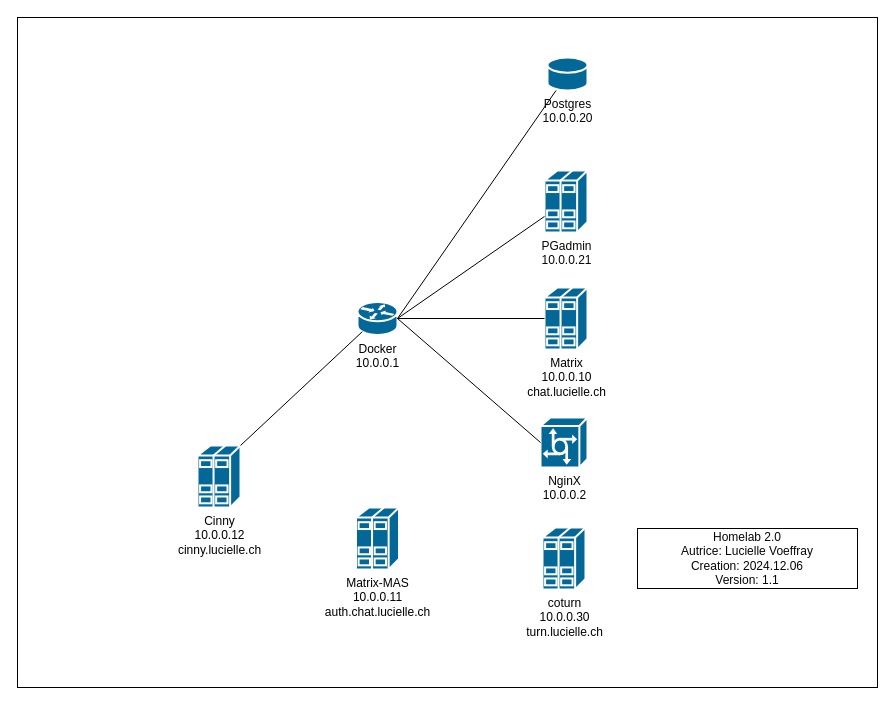
The draw.io diagram documentation/network.drawio in Lucielle-Voeffray/postgres-docker, before the edit. Source tidied: cells renumbered, new cells numbered last; positions are measured from the earlier drawing's top-left corner, leaving out a move shared by most shapes. Both pictures are drawn from the tidied source at 100%, with x=0, y=0 at pixel (17, 17).
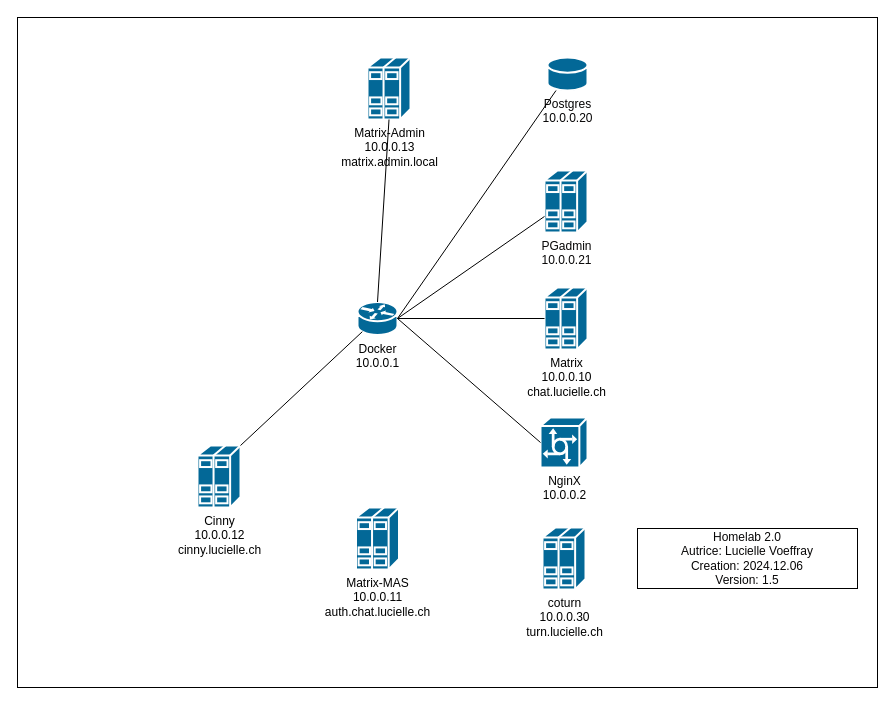
The same diagram, later.

Commit message:
Added matrix-admin gui

What changed in the source:
```diff
@@
 <mxGraphModel>
   <root>
     <mxCell id="0" />
     <mxCell id="1" parent="0" />
     <mxCell id="2" style="rounded=0;whiteSpace=wrap;html=1;fillColor=#FFFFFF;" parent="1" vertex="1">
       <mxGeometry width="860" height="670" as="geometry" />
     </mxCell>
     <mxCell id="3" value="&lt;font color=&quot;#000000&quot;&gt;Docker&lt;br&gt;10.0.0.1&lt;/font&gt;" style="shape=mxgraph.cisco.routers.router;sketch=0;html=1;dashed=0;fillColor=#036897;strokeColor=#ffffff;strokeWidth=2;verticalLabelPosition=bottom;verticalAlign=top;align=center;outlineConnect=0;" parent="1" vertex="1">
       <mxGeometry x="340" y="284.5" width="40" height="33" as="geometry" />
     </mxCell>
     <mxCell id="4" value="&lt;font color=&quot;#080707&quot;&gt;Postgres&lt;br&gt;10.0.0.20&lt;/font&gt;" style="shape=mxgraph.cisco.storage.relational_database;sketch=0;html=1;dashed=0;fillColor=#036897;strokeColor=#ffffff;strokeWidth=2;verticalLabelPosition=bottom;verticalAlign=top;align=center;outlineConnect=0;" parent="1" vertex="1">
       <mxGeometry x="530" y="40" width="40" height="33" as="geometry" />
     </mxCell>
     <mxCell id="5" value="&lt;font color=&quot;#080707&quot;&gt;PGadmin&lt;br&gt;10.0.0.21&lt;/font&gt;" style="shape=mxgraph.cisco.servers.standard_host;sketch=0;html=1;dashed=0;fillColor=#036897;strokeColor=#ffffff;strokeWidth=2;verticalLabelPosition=bottom;verticalAlign=top;align=center;outlineConnect=0;" parent="1" vertex="1">
       <mxGeometry x="527" y="153" width="43" height="62" as="geometry" />
     </mxCell>
     <mxCell id="6" value="&lt;font color=&quot;#000000&quot;&gt;Matrix&lt;br&gt;10.0.0.10&lt;br&gt;chat.lucielle.ch&lt;br&gt;&lt;/font&gt;" style="shape=mxgraph.cisco.servers.standard_host;sketch=0;html=1;dashed=0;fillColor=#036897;strokeColor=#ffffff;strokeWidth=2;verticalLabelPosition=bottom;verticalAlign=top;align=center;outlineConnect=0;" parent="1" vertex="1">
       <mxGeometry x="527" y="270" width="43" height="62" as="geometry" />
     </mxCell>
     <mxCell id="7" style="endArrow=none;html=1;exitX=1;exitY=0.5;exitDx=0;exitDy=0;exitPerimeter=0;strokeColor=#000000;" parent="1" edge="1" source="3" target="4">
       <mxGeometry relative="1" as="geometry" />
     </mxCell>
     <mxCell id="8" style="endArrow=none;html=1;strokeColor=#000000;exitX=1;exitY=0.5;exitDx=0;exitDy=0;exitPerimeter=0;" parent="1" edge="1" source="3" target="5">
       <mxGeometry relative="1" as="geometry" />
     </mxCell>
     <mxCell id="9" style="endArrow=none;html=1;exitX=1;exitY=0.5;exitDx=0;exitDy=0;exitPerimeter=0;strokeColor=#000000;" parent="1" edge="1" source="3" target="6">
       <mxGeometry relative="1" as="geometry" />
     </mxCell>
     <mxCell id="10" value="&lt;font color=&quot;#000000&quot;&gt;NginX&lt;br&gt;10.0.0.2&lt;/font&gt;" style="shape=mxgraph.cisco.servers.communications_server;sketch=0;html=1;dashed=0;fillColor=#036897;strokeColor=#ffffff;strokeWidth=2;verticalLabelPosition=bottom;verticalAlign=top;align=center;outlineConnect=0;" parent="1" vertex="1">
       <mxGeometry x="523" y="400" width="47" height="50" as="geometry" />
     </mxCell>
     <mxCell id="11" style="endArrow=none;html=1;exitX=0;exitY=0.5;exitDx=0;exitDy=0;exitPerimeter=0;entryX=1;entryY=0.5;entryDx=0;entryDy=0;entryPerimeter=0;strokeColor=#000000;" parent="1" edge="1" source="10" target="3">
       <mxGeometry relative="1" as="geometry" />
     </mxCell>
-    <mxCell id="12" value="&lt;font color=&quot;#080707&quot;&gt;Homelab 2.0&lt;br&gt;Autrice: Lucielle Voeffray&lt;br&gt;Creation: 2024.12.06&lt;br&gt;Version: 1.1&lt;br&gt;&lt;/font&gt;" style="rounded=0;whiteSpace=wrap;html=1;fillColor=#FFFFFF;" parent="1" vertex="1">
+    <mxCell id="12" value="&lt;font color=&quot;#080707&quot;&gt;Homelab 2.0&lt;br&gt;Autrice: Lucielle Voeffray&lt;br&gt;Creation: 2024.12.06&lt;br&gt;Version: 1.5&lt;br&gt;&lt;/font&gt;" style="rounded=0;whiteSpace=wrap;html=1;fillColor=#FFFFFF;" parent="1" vertex="1">
       <mxGeometry x="620" y="511" width="220" height="60" as="geometry" />
     </mxCell>
     <mxCell id="13" value="&lt;font color=&quot;#000000&quot;&gt;coturn&lt;br&gt;10.0.0.30&lt;br&gt;turn.lucielle.ch&lt;br&gt;&lt;/font&gt;" style="shape=mxgraph.cisco.servers.standard_host;sketch=0;html=1;dashed=0;fillColor=#036897;strokeColor=#ffffff;strokeWidth=2;verticalLabelPosition=bottom;verticalAlign=top;align=center;" parent="1" vertex="1">
       <mxGeometry x="525" y="510" width="43" height="62" as="geometry" />
     </mxCell>
     <mxCell id="14" value="&lt;font color=&quot;#000000&quot;&gt;Matrix-MAS&lt;br&gt;10.0.0.11&lt;br&gt;auth.chat.lucielle.ch&lt;br&gt;&lt;/font&gt;" style="shape=mxgraph.cisco.servers.standard_host;sketch=0;html=1;dashed=0;fillColor=#036897;strokeColor=#ffffff;strokeWidth=2;verticalLabelPosition=bottom;verticalAlign=top;align=center;" parent="1" vertex="1">
       <mxGeometry x="338.5" y="490" width="43" height="62" as="geometry" />
     </mxCell>
     <mxCell id="15" value="&lt;font color=&quot;#000000&quot;&gt;Cinny&lt;br&gt;10.0.0.12&lt;br&gt;cinny.lucielle.ch&lt;br&gt;&lt;/font&gt;" style="shape=mxgraph.cisco.servers.standard_host;sketch=0;html=1;dashed=0;fillColor=#036897;strokeColor=#ffffff;strokeWidth=2;verticalLabelPosition=bottom;verticalAlign=top;align=center;outlineConnect=0;" parent="1" vertex="1">
       <mxGeometry x="180" y="428" width="43" height="62" as="geometry" />
     </mxCell>
     <mxCell id="16" style="endArrow=none;html=1;strokeColor=#000000;fontColor=#000000;entryX=0.12;entryY=0.9;entryDx=0;entryDy=0;entryPerimeter=0;exitX=1;exitY=0;exitDx=0;exitDy=0;exitPerimeter=0;" parent="1" edge="1" source="15" target="3">
       <mxGeometry relative="1" as="geometry" />
     </mxCell>
+    <mxCell id="17" value="&lt;font color=&quot;#000000&quot;&gt;Matrix-Admin&lt;br&gt;10.0.0.13&lt;br&gt;matrix.admin.local&lt;/font&gt;" style="shape=mxgraph.cisco.servers.standard_host;sketch=0;html=1;dashed=0;fillColor=#036897;strokeColor=#ffffff;strokeWidth=2;verticalLabelPosition=bottom;verticalAlign=top;align=center;outlineConnect=0;" parent="1" vertex="1">
+      <mxGeometry x="350" y="40" width="43" height="62" as="geometry" />
+    </mxCell>
+    <mxCell id="18" style="endArrow=none;html=1;exitX=0.5;exitY=0;exitDx=0;exitDy=0;exitPerimeter=0;strokeColor=#000000;entryX=0.5;entryY=1;entryDx=0;entryDy=0;entryPerimeter=0;" parent="1" edge="1" source="3" target="17">
+      <mxGeometry relative="1" as="geometry" />
+    </mxCell>
   </root>
 </mxGraphModel>
```
